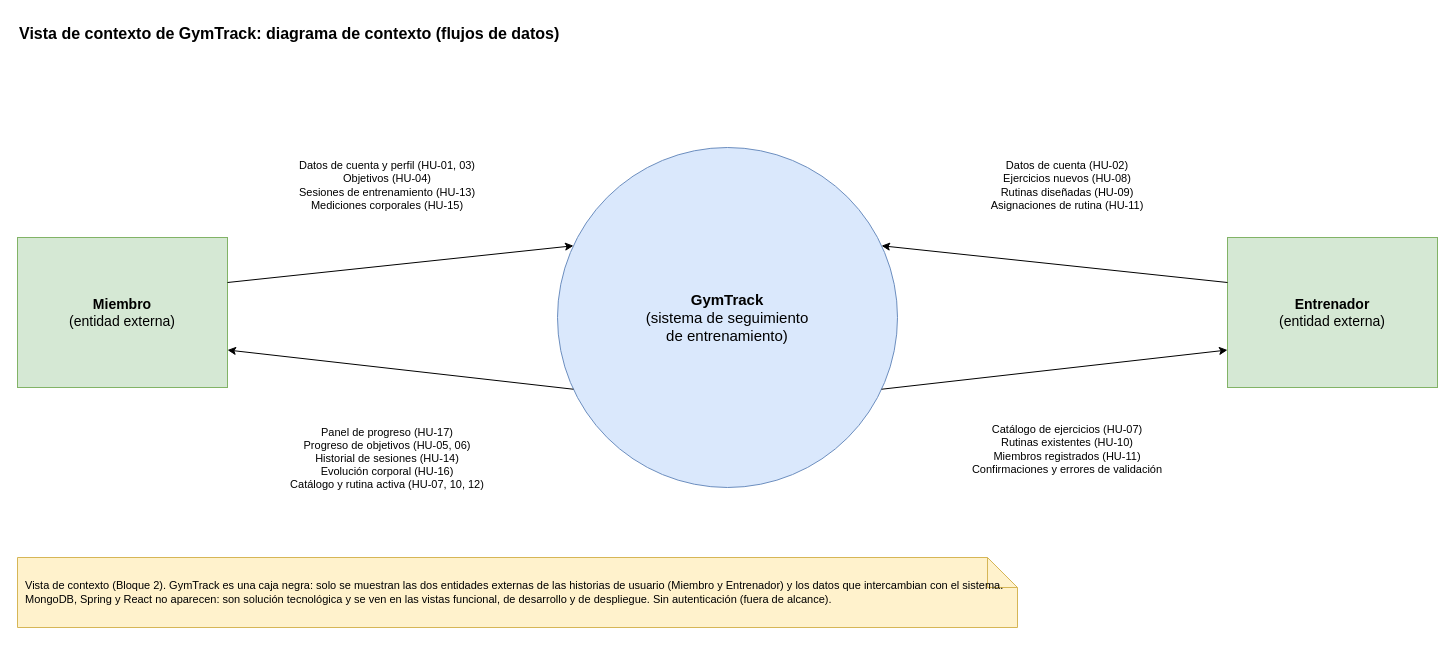
brayanckr/gymtrack keeps this draw.io diagram as documentacion/diagramas/editables/1-contexto.drawio. Above is the earlier version. Source tidied: cells renumbered, new cells numbered last; positions are measured from the earlier drawing's top-left corner, leaving out a move shared by most shapes. Both pictures are drawn from the tidied source at 100%, with x=0, y=0 at pixel (17, 17).
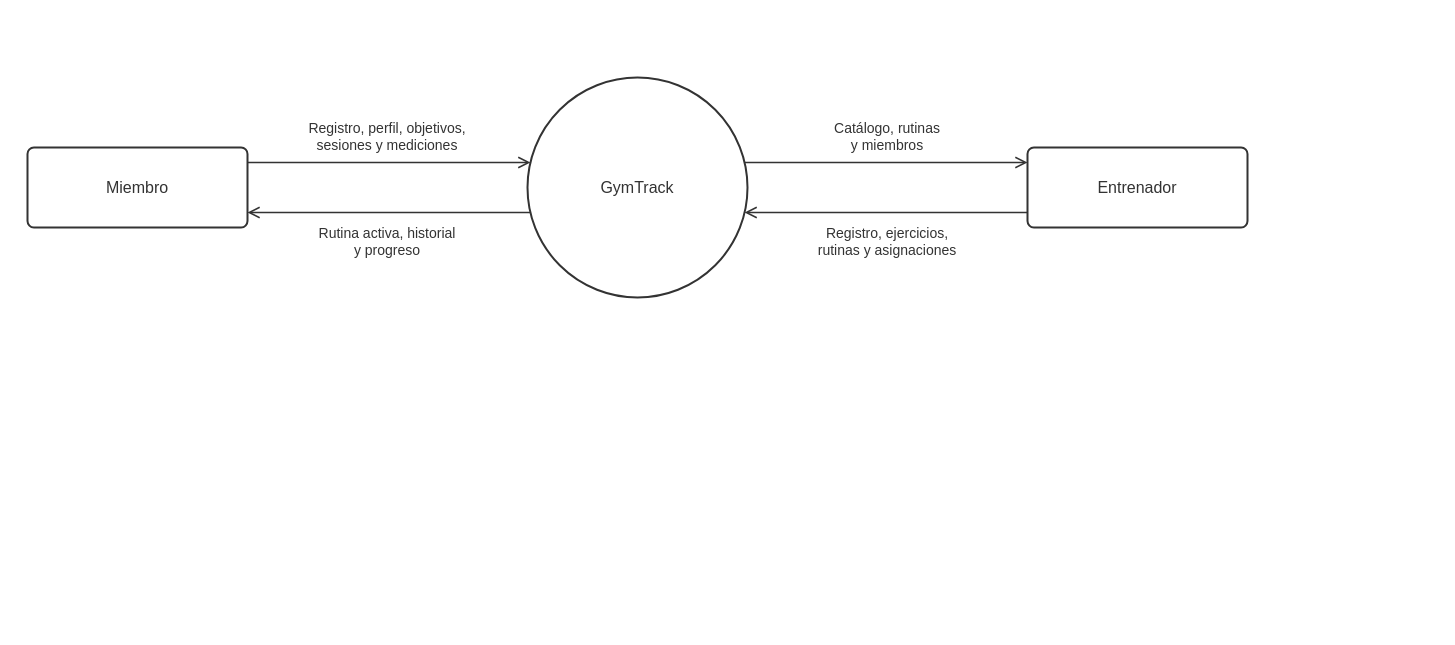
Above is the later version.

Commit message (it also covers changes not shown here):
Rehace el diagrama de contexto con estilo clasico y pasa la trazabilidad a una tabla

Change to the diagram source:
```diff
@@
 <mxGraphModel>
   <root>
     <mxCell id="0" />
     <mxCell id="1" parent="0" />
-    <mxCell id="2" value="Vista de contexto de GymTrack: diagrama de contexto (flujos de datos)" style="text;html=1;fontSize=16;fontStyle=1;align=left;" parent="1" vertex="1">
-      <mxGeometry width="900" height="26" as="geometry" />
+    <mxCell id="2" value="Miembro" style="rounded=1;arcSize=8;whiteSpace=wrap;html=1;fillColor=#FFFFFF;strokeColor=#333333;strokeWidth=2;fontColor=#333333;fontSize=16;" parent="1" vertex="1">
+      <mxGeometry x="10" y="130" width="220" height="80" as="geometry" />
     </mxCell>
-    <mxCell id="3" value="&lt;b&gt;Miembro&lt;/b&gt;&lt;br&gt;(entidad externa)" style="rounded=0;whiteSpace=wrap;html=1;fontSize=14;fillColor=#D5E8D4;strokeColor=#82B366;" parent="1" vertex="1">
-      <mxGeometry y="220" width="210" height="150" as="geometry" />
+    <mxCell id="3" value="Entrenador" style="rounded=1;arcSize=8;whiteSpace=wrap;html=1;fillColor=#FFFFFF;strokeColor=#333333;strokeWidth=2;fontColor=#333333;fontSize=16;" parent="1" vertex="1">
+      <mxGeometry x="1010" y="130" width="220" height="80" as="geometry" />
     </mxCell>
-    <mxCell id="4" value="&lt;b&gt;Entrenador&lt;/b&gt;&lt;br&gt;(entidad externa)" style="rounded=0;whiteSpace=wrap;html=1;fontSize=14;fillColor=#D5E8D4;strokeColor=#82B366;" parent="1" vertex="1">
-      <mxGeometry x="1210" y="220" width="210" height="150" as="geometry" />
+    <mxCell id="4" value="GymTrack" style="ellipse;whiteSpace=wrap;html=1;fillColor=#FFFFFF;strokeColor=#333333;strokeWidth=2;fontColor=#333333;fontSize=16;" parent="1" vertex="1">
+      <mxGeometry x="510" y="60" width="220" height="220" as="geometry" />
     </mxCell>
-    <mxCell id="5" value="&lt;b&gt;GymTrack&lt;/b&gt;&lt;br&gt;(sistema de seguimiento&lt;br&gt;de entrenamiento)" style="ellipse;whiteSpace=wrap;html=1;fontSize=15;fillColor=#DAE8FC;strokeColor=#6C8EBF;" parent="1" vertex="1">
-      <mxGeometry x="540" y="130" width="340" height="340" as="geometry" />
+    <mxCell id="5" style="endArrow=open;endSize=9;html=1;rounded=0;edgeStyle=none;strokeColor=#333333;strokeWidth=1.5;exitPerimeter=0;entryPerimeter=0;exitX=1;exitY=0.1875;entryX=0.0132;entryY=0.3864;" parent="1" edge="1" source="2" target="4">
+      <mxGeometry relative="1" as="geometry" />
     </mxCell>
-    <mxCell id="6" style="endArrow=classic;html=1;edgeStyle=none;exitPerimeter=0;entryPerimeter=0;exitX=1;exitY=0.3;entryX=0.047;entryY=0.289;" parent="1" edge="1" source="3" target="5">
+    <mxCell id="6" style="endArrow=open;endSize=9;html=1;rounded=0;edgeStyle=none;strokeColor=#333333;strokeWidth=1.5;exitPerimeter=0;entryPerimeter=0;exitX=0.0132;exitY=0.6136;entryX=1;entryY=0.8125;" parent="1" edge="1" source="4" target="2">
       <mxGeometry relative="1" as="geometry" />
     </mxCell>
-    <mxCell id="7" style="endArrow=classic;html=1;edgeStyle=none;exitPerimeter=0;entryPerimeter=0;exitX=0.047;exitY=0.711;entryX=1;entryY=0.75;" parent="1" edge="1" source="5" target="3">
+    <mxCell id="7" style="endArrow=open;endSize=9;html=1;rounded=0;edgeStyle=none;strokeColor=#333333;strokeWidth=1.5;exitPerimeter=0;entryPerimeter=0;exitX=0.9868;exitY=0.3864;entryX=0;entryY=0.1875;" parent="1" edge="1" source="4" target="3">
       <mxGeometry relative="1" as="geometry" />
     </mxCell>
-    <mxCell id="8" style="endArrow=classic;html=1;edgeStyle=none;exitPerimeter=0;entryPerimeter=0;exitX=0;exitY=0.3;entryX=0.953;entryY=0.289;" parent="1" edge="1" source="4" target="5">
+    <mxCell id="8" style="endArrow=open;endSize=9;html=1;rounded=0;edgeStyle=none;strokeColor=#333333;strokeWidth=1.5;exitPerimeter=0;entryPerimeter=0;exitX=0;exitY=0.8125;entryX=0.9868;entryY=0.6136;" parent="1" edge="1" source="3" target="4">
       <mxGeometry relative="1" as="geometry" />
     </mxCell>
-    <mxCell id="9" style="endArrow=classic;html=1;edgeStyle=none;exitPerimeter=0;entryPerimeter=0;exitX=0.953;exitY=0.711;entryX=0;entryY=0.75;" parent="1" edge="1" source="5" target="4">
-      <mxGeometry relative="1" as="geometry" />
+    <mxCell id="9" value="Registro, perfil, objetivos,&lt;br&gt;sesiones y mediciones" style="text;html=1;fontSize=14;fontColor=#333333;align=center;whiteSpace=wrap;verticalAlign=bottom;" parent="1" vertex="1">
+      <mxGeometry x="240" y="95" width="260" height="44" as="geometry" />
     </mxCell>
-    <mxCell id="10" value="Datos de cuenta y perfil (HU-01, 03)&lt;br&gt;Objetivos (HU-04)&lt;br&gt;Sesiones de entrenamiento (HU-13)&lt;br&gt;Mediciones corporales (HU-15)" style="text;html=1;fontSize=11;align=center;verticalAlign=middle;whiteSpace=wrap;" parent="1" vertex="1">
-      <mxGeometry x="220" y="132" width="300" height="72" as="geometry" />
+    <mxCell id="10" value="Rutina activa, historial&lt;br&gt;y progreso" style="text;html=1;fontSize=14;fontColor=#333333;align=center;whiteSpace=wrap;verticalAlign=top;" parent="1" vertex="1">
+      <mxGeometry x="240" y="201" width="260" height="44" as="geometry" />
     </mxCell>
-    <mxCell id="11" value="Panel de progreso (HU-17)&lt;br&gt;Progreso de objetivos (HU-05, 06)&lt;br&gt;Historial de sesiones (HU-14)&lt;br&gt;Evolución corporal (HU-16)&lt;br&gt;Catálogo y rutina activa (HU-07, 10, 12)" style="text;html=1;fontSize=11;align=center;verticalAlign=middle;whiteSpace=wrap;" parent="1" vertex="1">
-      <mxGeometry x="220" y="396" width="300" height="90" as="geometry" />
+    <mxCell id="11" value="Catálogo, rutinas&lt;br&gt;y miembros" style="text;html=1;fontSize=14;fontColor=#333333;align=center;whiteSpace=wrap;verticalAlign=bottom;" parent="1" vertex="1">
+      <mxGeometry x="740" y="95" width="260" height="44" as="geometry" />
     </mxCell>
-    <mxCell id="12" value="Datos de cuenta (HU-02)&lt;br&gt;Ejercicios nuevos (HU-08)&lt;br&gt;Rutinas diseñadas (HU-09)&lt;br&gt;Asignaciones de rutina (HU-11)" style="text;html=1;fontSize=11;align=center;verticalAlign=middle;whiteSpace=wrap;" parent="1" vertex="1">
-      <mxGeometry x="900" y="132" width="300" height="72" as="geometry" />
+    <mxCell id="12" value="Registro, ejercicios,&lt;br&gt;rutinas y asignaciones" style="text;html=1;fontSize=14;fontColor=#333333;align=center;whiteSpace=wrap;verticalAlign=top;" parent="1" vertex="1">
+      <mxGeometry x="740" y="201" width="260" height="44" as="geometry" />
     </mxCell>
-    <mxCell id="13" value="Catálogo de ejercicios (HU-07)&lt;br&gt;Rutinas existentes (HU-10)&lt;br&gt;Miembros registrados (HU-11)&lt;br&gt;Confirmaciones y errores de validación" style="text;html=1;fontSize=11;align=center;verticalAlign=middle;whiteSpace=wrap;" parent="1" vertex="1">
-      <mxGeometry x="900" y="396" width="300" height="72" as="geometry" />
-    </mxCell>
-    <mxCell id="14" value="Vista de contexto (Bloque 2). GymTrack es una caja negra: solo se muestran las dos entidades externas de las historias de usuario (Miembro y Entrenador) y los datos que intercambian con el sistema. MongoDB, Spring y React no aparecen: son solución tecnológica y se ven en las vistas funcional, de desarrollo y de despliegue. Sin autenticación (fuera de alcance)." style="shape=note;whiteSpace=wrap;html=1;align=left;spacing=8;fontSize=11;fillColor=#FFF2CC;strokeColor=#D6B656;" parent="1" vertex="1">
-      <mxGeometry y="540" width="1000" height="70" as="geometry" />
-    </mxCell>
   </root>
 </mxGraphModel>
```
